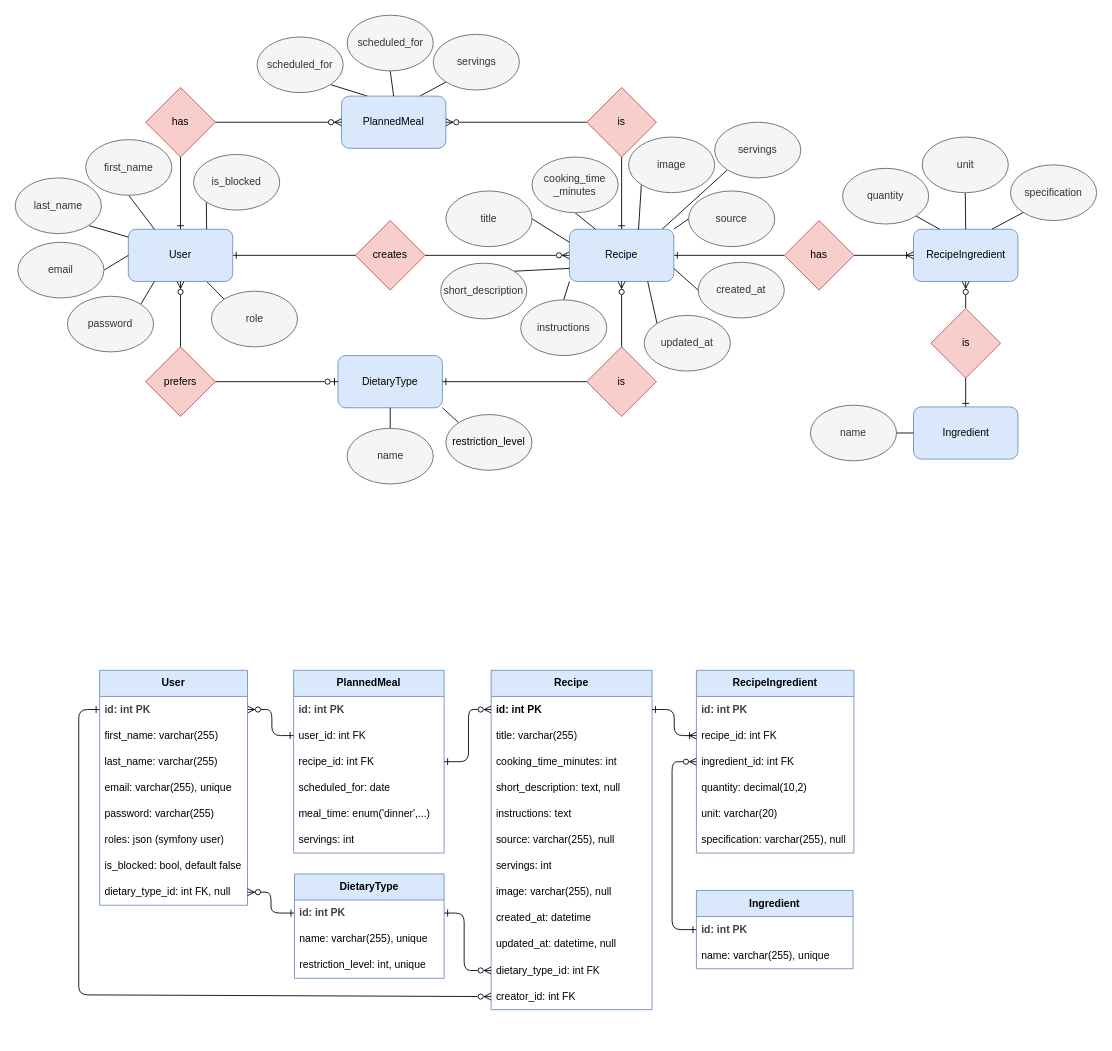
Before: docs/erd/erd.drawio in ClaudiaLingenhoel/meal-planner, a draw.io diagram. Source tidied: cells renumbered, new cells numbered last; positions are measured from the earlier drawing's top-left corner, leaving out a move shared by most shapes. Both pictures are drawn from the tidied source at 87%, with x=0, y=0 at pixel (15, 15).
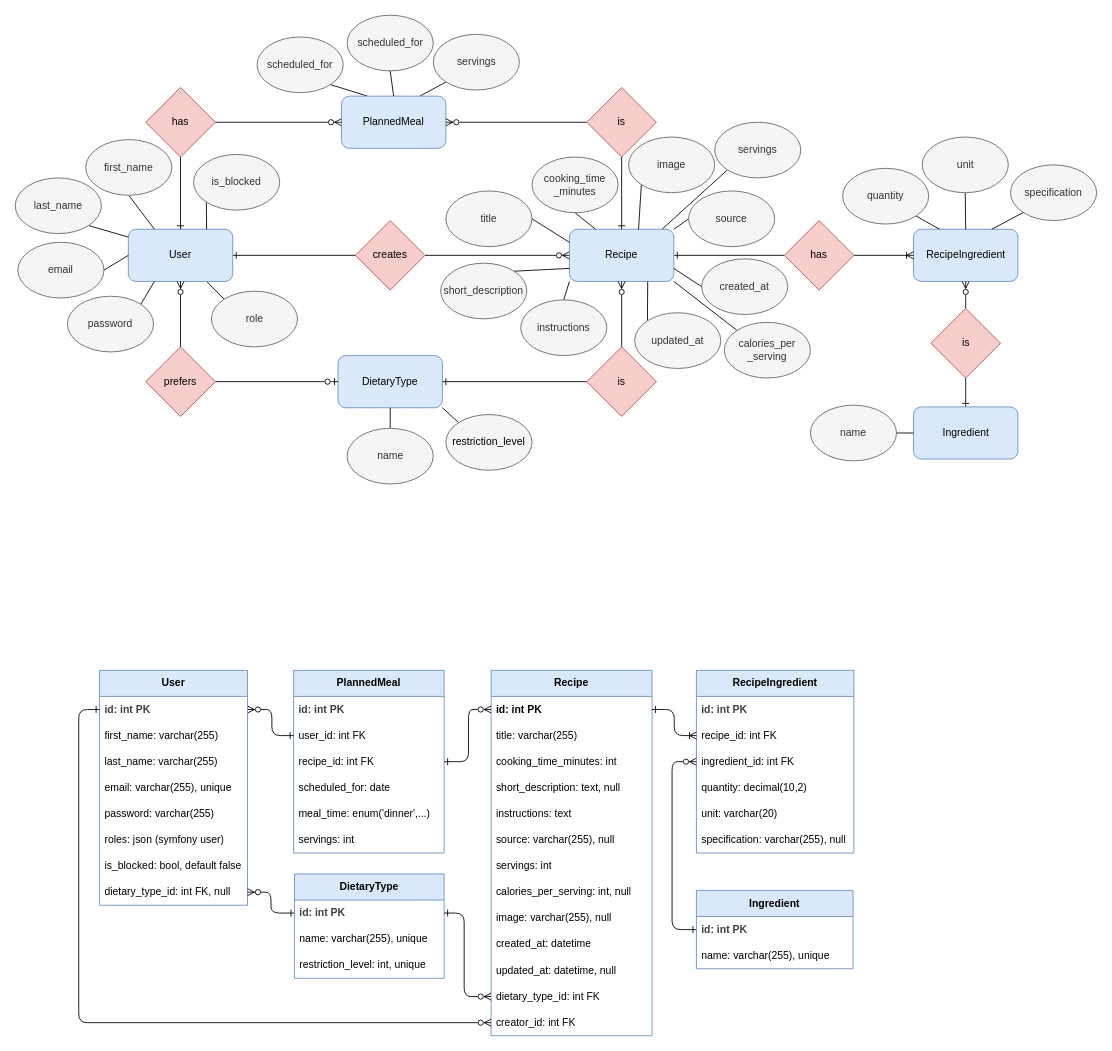
The same diagram, later.

The change refers to these unchanged cells:
```xml
<mxCell id="18" value="Recipe" style="rounded=1;whiteSpace=wrap;html=1;fillColor=#dae8fc;strokeColor=#6c8ebf;" parent="1" vertex="1">
  <mxGeometry x="637" y="246" width="120" height="60" as="geometry" />
</mxCell>
<mxCell id="100" value="&lt;b style=&quot;color: rgb(63, 63, 63); scrollbar-color: rgb(226, 226, 226) rgb(251, 251, 251);&quot;&gt;id: int PK&lt;/b&gt;" style="text;strokeColor=none;fillColor=none;align=left;verticalAlign=middle;spacingLeft=4;spacingRight=4;overflow=hidden;points=[[0,0.5],[1,0.5]];portConstraint=eastwest;whiteSpace=wrap;html=1;" parent="99" vertex="1">
  <mxGeometry y="30" width="170" height="30" as="geometry" />
</mxCell>
<mxCell id="110" value="&lt;b style=&quot;color: rgb(63, 63, 63); scrollbar-color: rgb(226, 226, 226) rgb(251, 251, 251);&quot;&gt;id: int PK&lt;/b&gt;" style="text;strokeColor=none;fillColor=none;align=left;verticalAlign=middle;spacingLeft=4;spacingRight=4;overflow=hidden;points=[[0,0.5],[1,0.5]];portConstraint=eastwest;whiteSpace=wrap;html=1;" parent="109" vertex="1">
  <mxGeometry y="30" width="172" height="30" as="geometry" />
</mxCell>
```

Change to the diagram source:
```diff
@@
+    <mxCell id="129" style="edgeStyle=none;html=1;exitX=1;exitY=1;exitDx=0;exitDy=0;entryX=0;entryY=0;entryDx=0;entryDy=0;endArrow=none;endFill=0;" parent="1" edge="1" source="18" target="131">
+      <mxGeometry relative="1" as="geometry" />
+    </mxCell>
@@
     <mxCell id="50" value="created_at" style="ellipse;whiteSpace=wrap;html=1;fillColor=#f5f5f5;fontColor=#333333;strokeColor=#666666;" parent="1" vertex="1">
-      <mxGeometry x="785" y="284" width="99" height="64" as="geometry" />
+      <mxGeometry x="789" y="280" width="99" height="64" as="geometry" />
     </mxCell>
@@
     <mxCell id="52" value="updated_at" style="ellipse;whiteSpace=wrap;html=1;fillColor=#f5f5f5;fontColor=#333333;strokeColor=#666666;" parent="1" vertex="1">
-      <mxGeometry x="723" y="345" width="99" height="64" as="geometry" />
+      <mxGeometry x="712" y="342" width="99" height="64" as="geometry" />
     </mxCell>
@@
     <mxCell id="76" value="&lt;b&gt;Recipe&lt;/b&gt;" style="swimlane;fontStyle=0;horizontal=1;startSize=30;whiteSpace=wrap;html=1;fillColor=#dae8fc;strokeColor=#6c8ebf;" parent="1" vertex="1">
-      <mxGeometry x="547" y="753" width="185" height="390" as="geometry" />
+      <mxGeometry x="547" y="753" width="185" height="420" as="geometry" />
     </mxCell>
@@
+    <mxCell id="130" value="&lt;span style=&quot;color: rgb(0, 0, 0);&quot;&gt;calories_per_serving: int, null&lt;/span&gt;" style="text;strokeColor=none;fillColor=none;align=left;verticalAlign=middle;spacingLeft=4;spacingRight=4;overflow=hidden;whiteSpace=wrap;html=1;" parent="76" vertex="1">
+      <mxGeometry y="240" width="185" height="30" as="geometry" />
+    </mxCell>
     <mxCell id="84" value="&lt;span style=&quot;color: rgb(0, 0, 0);&quot;&gt;image: varchar(255), null&lt;/span&gt;" style="text;strokeColor=none;fillColor=none;align=left;verticalAlign=middle;spacingLeft=4;spacingRight=4;overflow=hidden;whiteSpace=wrap;html=1;" parent="76" vertex="1">
-      <mxGeometry y="240" width="185" height="30" as="geometry" />
+      <mxGeometry y="270" width="185" height="30" as="geometry" />
     </mxCell>
     <mxCell id="85" value="&lt;span style=&quot;color: rgb(0, 0, 0);&quot;&gt;created_at: datetime&lt;/span&gt;" style="text;strokeColor=none;fillColor=none;align=left;verticalAlign=middle;spacingLeft=4;spacingRight=4;overflow=hidden;whiteSpace=wrap;html=1;" parent="76" vertex="1">
-      <mxGeometry y="270" width="185" height="30" as="geometry" />
+      <mxGeometry y="300" width="185" height="30" as="geometry" />
     </mxCell>
     <mxCell id="86" value="&lt;span style=&quot;color: rgb(0, 0, 0);&quot;&gt;updated_at: datetime, null&lt;/span&gt;" style="text;strokeColor=none;fillColor=none;align=left;verticalAlign=middle;spacingLeft=4;spacingRight=4;overflow=hidden;whiteSpace=wrap;html=1;" parent="76" vertex="1">
-      <mxGeometry y="300" width="185" height="30" as="geometry" />
+      <mxGeometry y="330" width="185" height="30" as="geometry" />
     </mxCell>
     <mxCell id="87" value="&lt;span style=&quot;color: rgb(0, 0, 0);&quot;&gt;dietary_type_id: int&lt;/span&gt;&lt;span style=&quot;color: rgb(0, 0, 0);&quot;&gt; FK&lt;/span&gt;" style="text;strokeColor=none;fillColor=none;align=left;verticalAlign=middle;spacingLeft=4;spacingRight=4;overflow=hidden;points=[[0,0.5],[1,0.5]];portConstraint=eastwest;whiteSpace=wrap;html=1;" parent="76" vertex="1">
-      <mxGeometry y="330" width="185" height="30" as="geometry" />
+      <mxGeometry y="360" width="185" height="30" as="geometry" />
     </mxCell>
     <mxCell id="88" value="&lt;span style=&quot;color: rgb(0, 0, 0);&quot;&gt;creator_id: int&lt;/span&gt;&lt;span style=&quot;color: rgb(0, 0, 0);&quot;&gt; FK&lt;/span&gt;" style="text;strokeColor=none;fillColor=none;align=left;verticalAlign=middle;spacingLeft=4;spacingRight=4;overflow=hidden;points=[[0,0.5],[1,0.5]];portConstraint=eastwest;whiteSpace=wrap;html=1;" parent="76" vertex="1">
-      <mxGeometry y="360" width="185" height="30" as="geometry" />
+      <mxGeometry y="390" width="185" height="30" as="geometry" />
     </mxCell>
@@
     <mxCell id="116" style="edgeStyle=orthogonalEdgeStyle;html=1;entryX=1;entryY=0.5;entryDx=0;entryDy=0;startArrow=ERzeroToMany;startFill=0;endArrow=ERone;endFill=0;exitX=0;exitY=0.5;exitDx=0;exitDy=0;" parent="1" edge="1" source="87" target="110">
       <mxGeometry relative="1" as="geometry">
         <Array as="points">
-          <mxPoint x="516" y="1098" />
+          <mxPoint x="516" y="1128" />
           <mxPoint x="516" y="1032" />
         </Array>
       </mxGeometry>
     </mxCell>
     <mxCell id="117" style="edgeStyle=none;shape=connector;rounded=1;html=1;exitX=0;exitY=0.5;exitDx=0;exitDy=0;entryX=0;entryY=0.5;entryDx=0;entryDy=0;strokeColor=default;align=center;verticalAlign=middle;fontFamily=Helvetica;fontSize=11;fontColor=default;labelBackgroundColor=default;endArrow=ERone;endFill=0;startArrow=ERzeroToMany;startFill=0;" parent="1" edge="1" source="88" target="100">
       <mxGeometry relative="1" as="geometry">
         <Array as="points">
-          <mxPoint x="73" y="1126" />
+          <mxPoint x="73" y="1158" />
           <mxPoint x="73" y="798" />
         </Array>
       </mxGeometry>
     </mxCell>
@@
+    <mxCell id="131" value="calories_per&lt;div&gt;_serving&lt;/div&gt;" style="ellipse;whiteSpace=wrap;html=1;fillColor=#f5f5f5;fontColor=#333333;strokeColor=#666666;" parent="1" vertex="1">
+      <mxGeometry x="815" y="353" width="99" height="64" as="geometry" />
+    </mxCell>
```
